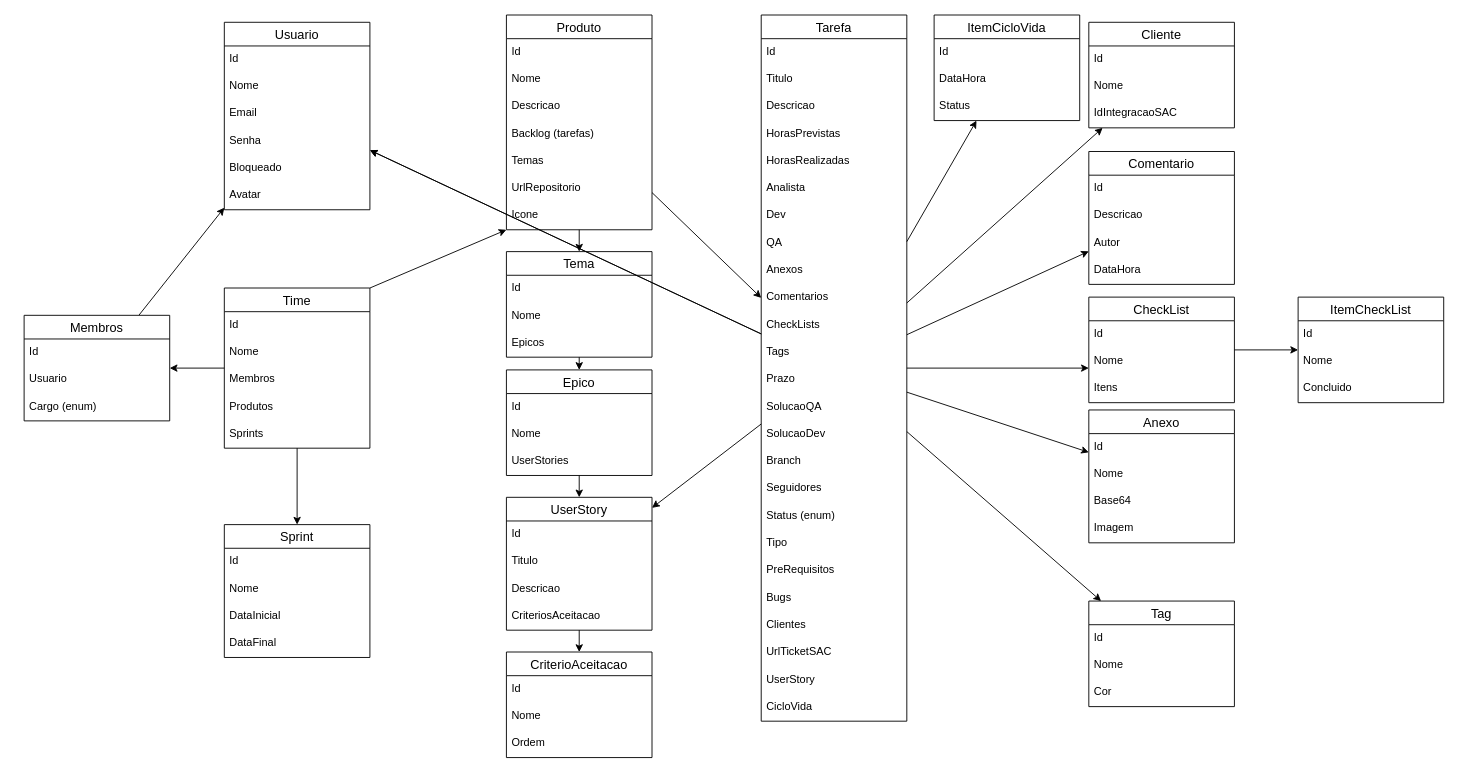
ddsdaniel/Agilis keeps this draw.io diagram as back-end/docs/Untitled Diagram.drawio. Above is the earlier version. Source tidied: cells renumbered, new cells numbered last; positions are measured from the earlier drawing's top-left corner, leaving out a move shared by most shapes. Both pictures are drawn from the tidied source at 91%, with x=0, y=0 at pixel (24, 15).
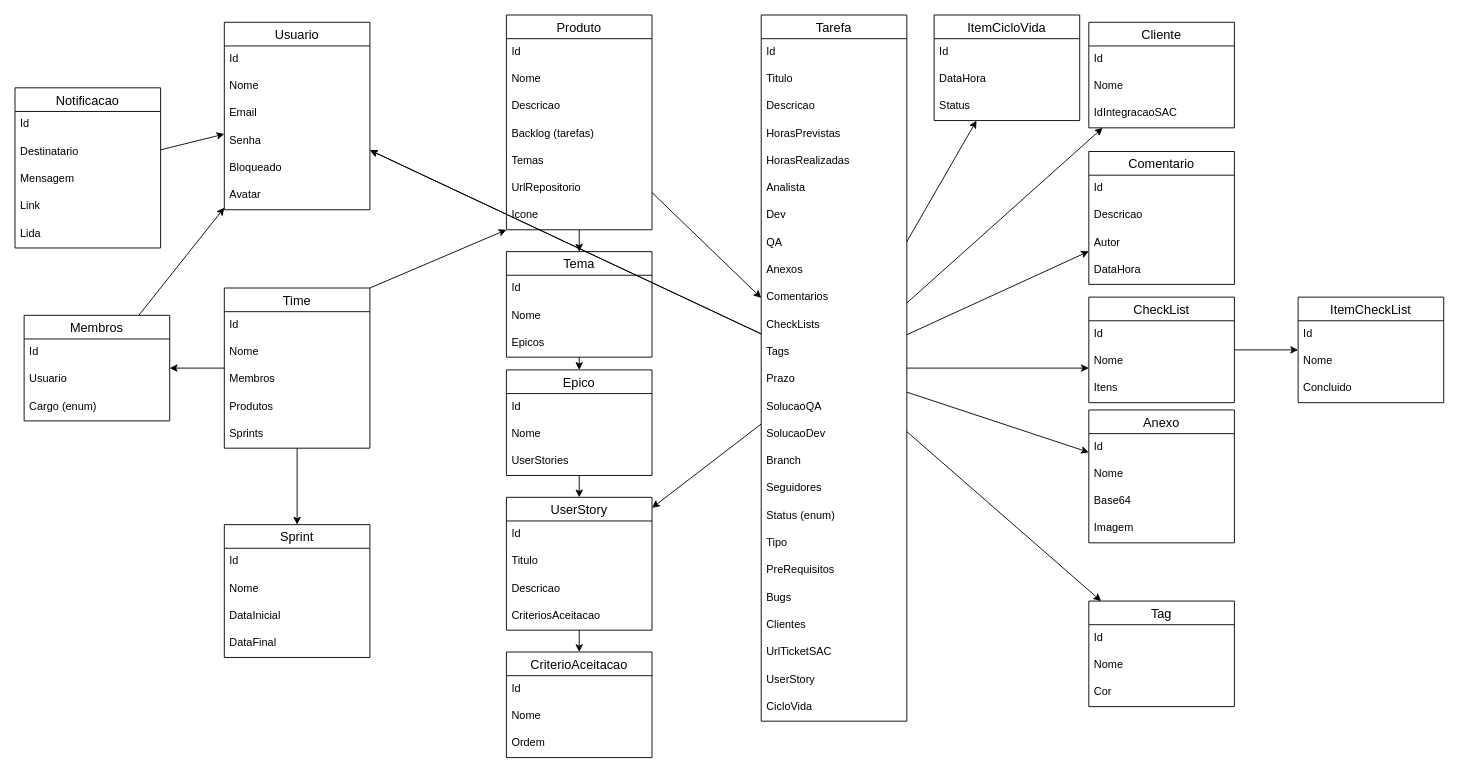
The same page after the edit.

The change refers to these unchanged cells:
```xml
<mxCell id="26" value="Usuario" style="swimlane;fontStyle=0;horizontal=1;startSize=26;align=center;fontSize=14;" parent="1" vertex="1">
  <mxGeometry x="220" y="8" width="160" height="206" as="geometry" />
</mxCell>
```

What changed in the source:
```diff
@@
+    <mxCell id="124" style="edgeStyle=none;rounded=0;jettySize=auto;html=1;" parent="1" edge="1" source="125" target="26">
+      <mxGeometry relative="1" as="geometry" />
+    </mxCell>
+    <mxCell id="125" value="Notificacao" style="swimlane;fontStyle=0;horizontal=1;startSize=26;align=center;fontSize=14;" parent="1" vertex="1">
+      <mxGeometry x="-10" y="80" width="160" height="176" as="geometry" />
+    </mxCell>
+    <mxCell id="126" value="Id" style="text;strokeColor=none;fillColor=none;spacingLeft=4;spacingRight=4;overflow=hidden;fontSize=12;" parent="125" vertex="1">
+      <mxGeometry y="26" width="160" height="30" as="geometry" />
+    </mxCell>
+    <mxCell id="127" value="Destinatario" style="text;strokeColor=none;fillColor=none;spacingLeft=4;spacingRight=4;overflow=hidden;fontSize=12;" parent="125" vertex="1">
+      <mxGeometry y="56" width="160" height="30" as="geometry" />
+    </mxCell>
+    <mxCell id="128" value="Mensagem" style="text;strokeColor=none;fillColor=none;spacingLeft=4;spacingRight=4;overflow=hidden;fontSize=12;" parent="125" vertex="1">
+      <mxGeometry y="86" width="160" height="30" as="geometry" />
+    </mxCell>
+    <mxCell id="129" value="Link" style="text;strokeColor=none;fillColor=none;spacingLeft=4;spacingRight=4;overflow=hidden;fontSize=12;" parent="125" vertex="1">
+      <mxGeometry y="116" width="160" height="30" as="geometry" />
+    </mxCell>
+    <mxCell id="130" value="Lida" style="text;strokeColor=none;fillColor=none;spacingLeft=4;spacingRight=4;overflow=hidden;fontSize=12;" parent="125" vertex="1">
+      <mxGeometry y="146" width="160" height="30" as="geometry" />
+    </mxCell>
```
